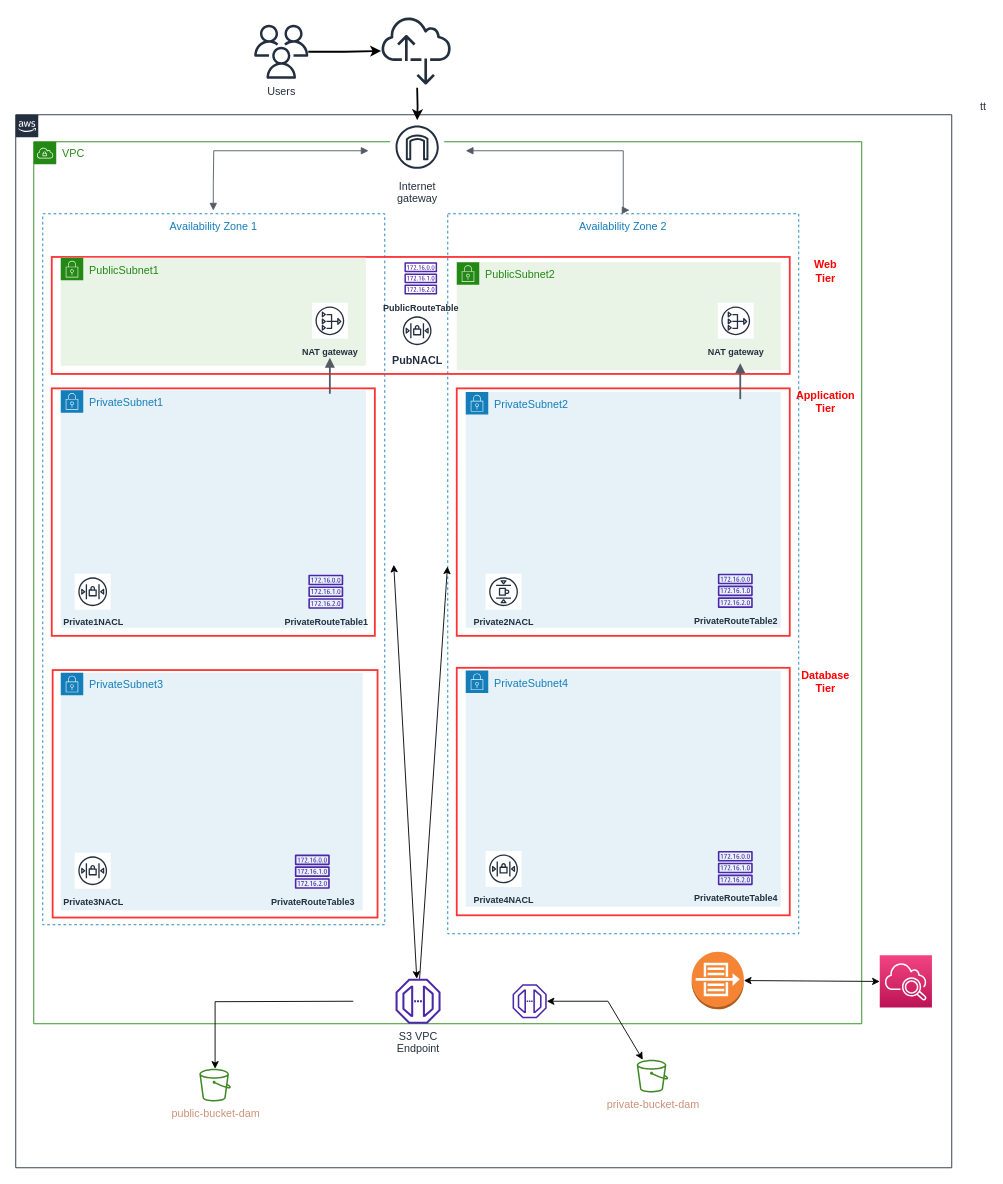
Before: aws-iac/AWSInfra01.drawio in blro-ep/ITCNE23-SEM-I, a draw.io diagram. Source tidied: cells renumbered, new cells numbered last; positions are measured from the earlier drawing's top-left corner, leaving out a move shared by most shapes. Both pictures are drawn from the tidied source at 90%, with x=0, y=0 at pixel (15, 15).
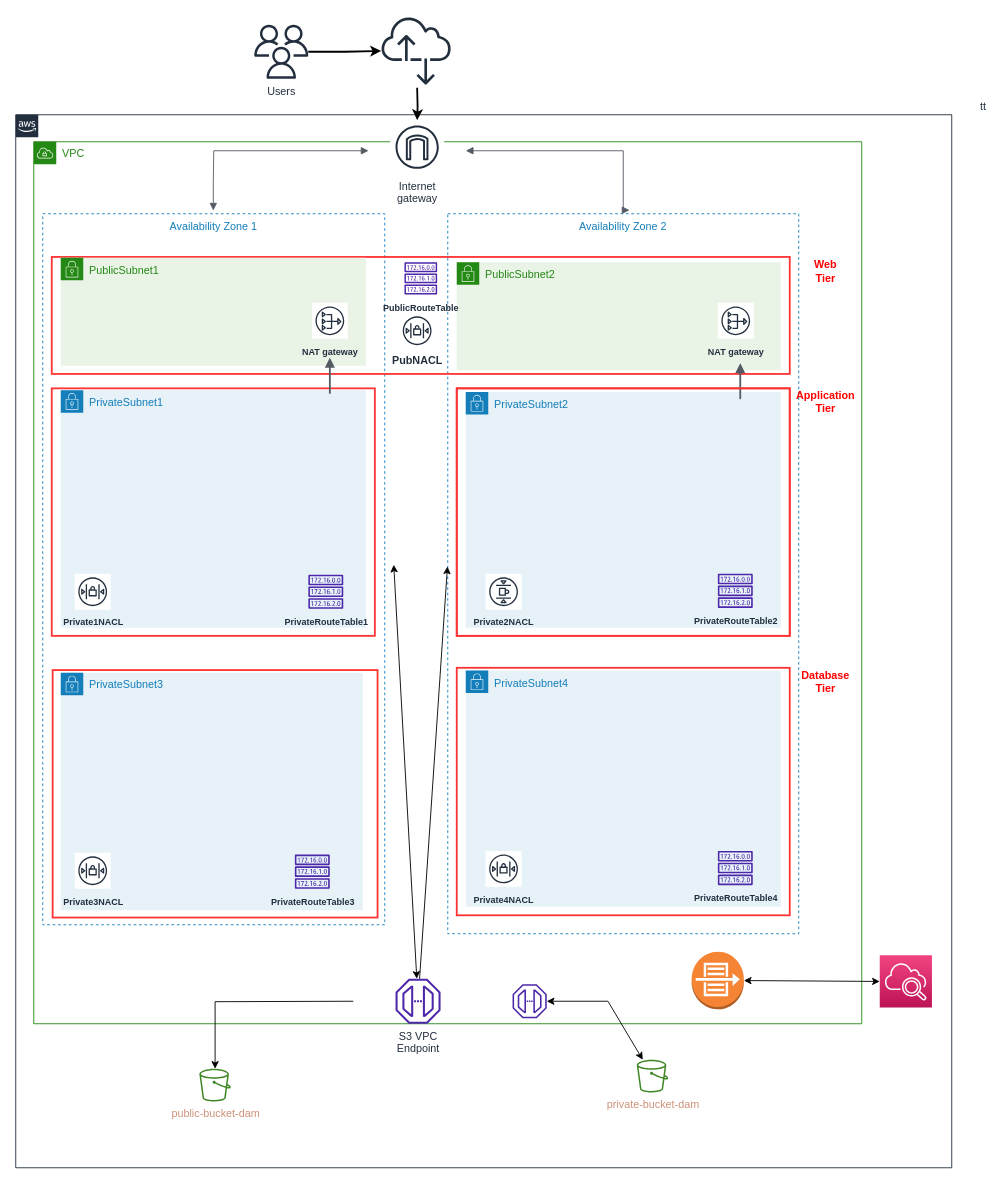
Above is the later version.

Diff of the diagram source:
```diff
@@
+    <mxCell id="52" value="&lt;blockquote style=&quot;margin: 0px 0px 0px 40px; border: none; padding: 0px; line-height: 0%;&quot;&gt;&lt;br&gt;&lt;/blockquote&gt;" style="rounded=0;whiteSpace=wrap;html=1;strokeColor=#FF3333;strokeWidth=2;fillColor=none;align=left;labelPosition=right;verticalLabelPosition=top;verticalAlign=bottom;fontColor=#FF0000;fontStyle=1;" parent="1" vertex="1">
+      <mxGeometry x="490" y="414" width="370" height="275" as="geometry" />
+    </mxCell>
```
